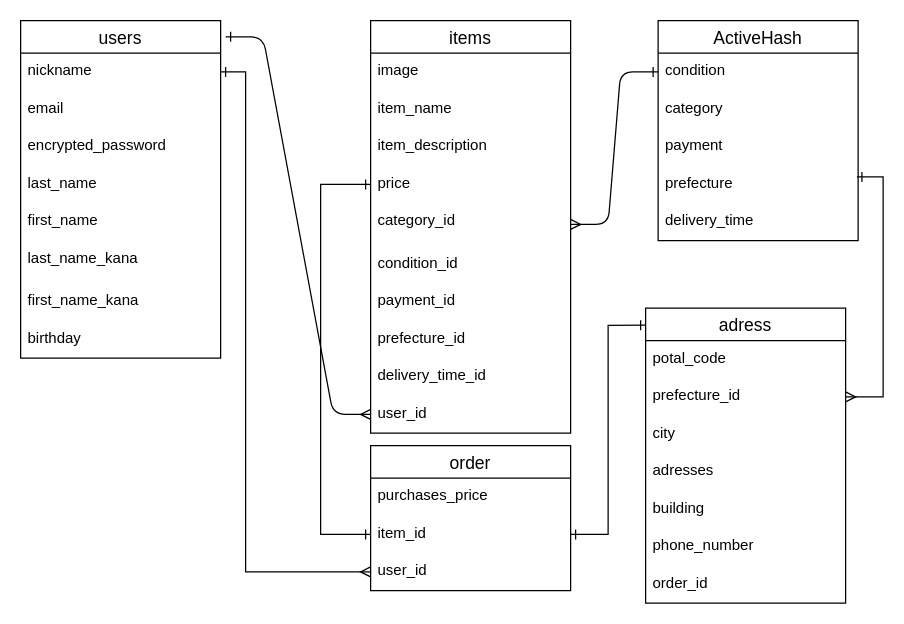
Earlier version of the draw.io diagram ERdiagram.dio (sasakikeisuke-ft/furima-35363). Source tidied: cells renumbered, new cells numbered last; positions are measured from the earlier drawing's top-left corner, leaving out a move shared by most shapes. Both pictures are drawn from the tidied source at 125%, with x=0, y=0 at pixel (20, 20).
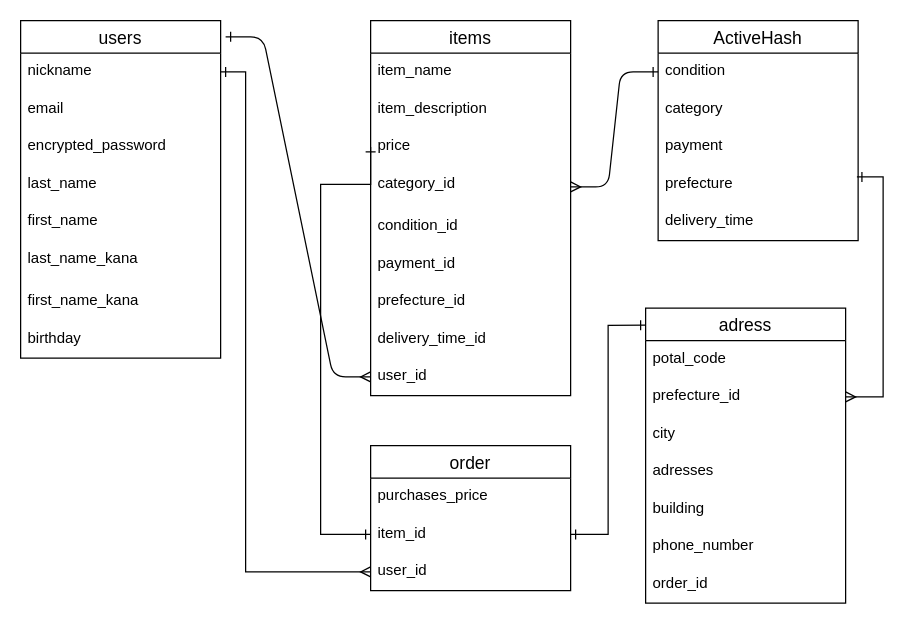
The same diagram, later.

Commit message (it also covers changes not shown here):
修正4_imageカラムの削除

ActiveStrageでテーブルが作成されるため、imageカラムを削除した。

The edit, as a diff of the source:
```diff
@@
     <mxCell id="11" value="items" style="swimlane;fontStyle=0;horizontal=1;startSize=26;align=center;fontSize=14;" parent="1" vertex="1">
-      <mxGeometry x="280" width="160" height="330" as="geometry" />
+      <mxGeometry x="280" width="160" height="300" as="geometry" />
     </mxCell>
-    <mxCell id="12" value="image" style="text;strokeColor=none;fillColor=none;spacingLeft=4;spacingRight=4;overflow=hidden;fontSize=12;" parent="11" vertex="1">
-      <mxGeometry y="26" width="160" height="30" as="geometry" />
-    </mxCell>
     <mxCell id="13" value="item_name" style="text;strokeColor=none;fillColor=none;spacingLeft=4;spacingRight=4;overflow=hidden;fontSize=12;" parent="11" vertex="1">
-      <mxGeometry y="56" width="160" height="30" as="geometry" />
+      <mxGeometry y="26" width="160" height="30" as="geometry" />
     </mxCell>
     <mxCell id="14" value="item_description" style="text;strokeColor=none;fillColor=none;spacingLeft=4;spacingRight=4;overflow=hidden;fontSize=12;" parent="11" vertex="1">
-      <mxGeometry y="86" width="160" height="30" as="geometry" />
+      <mxGeometry y="56" width="160" height="30" as="geometry" />
     </mxCell>
     <mxCell id="15" value="price" style="text;strokeColor=none;fillColor=none;spacingLeft=4;spacingRight=4;overflow=hidden;points=[[0,0.5],[1,0.5]];portConstraint=eastwest;fontSize=12;" parent="11" vertex="1">
-      <mxGeometry y="116" width="160" height="30" as="geometry" />
+      <mxGeometry y="86" width="160" height="30" as="geometry" />
     </mxCell>
     <mxCell id="16" value="category_id" style="text;strokeColor=none;fillColor=none;spacingLeft=4;spacingRight=4;overflow=hidden;points=[[0,0.5],[1,0.5]];portConstraint=eastwest;fontSize=12;" parent="11" vertex="1">
-      <mxGeometry y="146" width="160" height="34" as="geometry" />
+      <mxGeometry y="116" width="160" height="34" as="geometry" />
     </mxCell>
     <mxCell id="17" value="condition_id" style="text;strokeColor=none;fillColor=none;spacingLeft=4;spacingRight=4;overflow=hidden;fontSize=12;" parent="11" vertex="1">
-      <mxGeometry y="180" width="160" height="30" as="geometry" />
+      <mxGeometry y="150" width="160" height="30" as="geometry" />
     </mxCell>
     <mxCell id="18" value="payment_id" style="text;strokeColor=none;fillColor=none;spacingLeft=4;spacingRight=4;overflow=hidden;fontSize=12;" parent="11" vertex="1">
-      <mxGeometry y="210" width="160" height="30" as="geometry" />
+      <mxGeometry y="180" width="160" height="30" as="geometry" />
     </mxCell>
     <mxCell id="19" value="prefecture_id" style="text;strokeColor=none;fillColor=none;spacingLeft=4;spacingRight=4;overflow=hidden;fontSize=12;" parent="11" vertex="1">
-      <mxGeometry y="240" width="160" height="30" as="geometry" />
+      <mxGeometry y="210" width="160" height="30" as="geometry" />
     </mxCell>
     <mxCell id="20" value="delivery_time_id" style="text;strokeColor=none;fillColor=none;spacingLeft=4;spacingRight=4;overflow=hidden;fontSize=12;" parent="11" vertex="1">
-      <mxGeometry y="270" width="160" height="30" as="geometry" />
+      <mxGeometry y="240" width="160" height="30" as="geometry" />
     </mxCell>
     <mxCell id="21" value="user_id" style="text;strokeColor=none;fillColor=none;spacingLeft=4;spacingRight=4;overflow=hidden;points=[[0,0.5],[1,0.5]];portConstraint=eastwest;fontSize=12;" parent="11" vertex="1">
-      <mxGeometry y="300" width="160" height="30" as="geometry" />
+      <mxGeometry y="270" width="160" height="30" as="geometry" />
     </mxCell>
```
